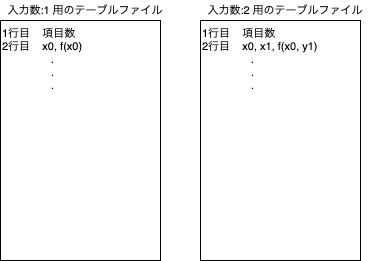
Above: doc/spec-ja/source/images/fhetbl_design-LUT_fileformat.png in iihiro/FHE-Table-Search (draw.io), before the change. Source tidied: cells renumbered, new cells last; positions are measured from the earlier drawing's top-left corner, leaving out a move shared by most shapes. Its diagram source:
```xml
<mxGraphModel>
  <root>
    <mxCell id="0" />
    <mxCell id="1" parent="0" />
    <mxCell id="2" value="1行目&amp;nbsp; &amp;nbsp; 項目数&lt;br style=&quot;font-size: 11px;&quot;&gt;2行目&amp;nbsp; &amp;nbsp; x0, f(x0)&lt;br style=&quot;font-size: 11px;&quot;&gt;&amp;nbsp; &amp;nbsp; &amp;nbsp; &amp;nbsp; &amp;nbsp; &amp;nbsp; &amp;nbsp; &amp;nbsp; .&lt;br style=&quot;font-size: 11px;&quot;&gt;&amp;nbsp; &amp;nbsp; &amp;nbsp; &amp;nbsp; &amp;nbsp; &amp;nbsp; &amp;nbsp; &amp;nbsp; .&lt;br style=&quot;font-size: 11px;&quot;&gt;&amp;nbsp; &amp;nbsp; &amp;nbsp; &amp;nbsp; &amp;nbsp; &amp;nbsp; &amp;nbsp; &amp;nbsp; ." style="rounded=0;whiteSpace=wrap;html=1;align=left;verticalAlign=top;fontSize=11;" parent="1" vertex="1">
      <mxGeometry y="20" width="160" height="240" as="geometry" />
    </mxCell>
    <mxCell id="3" value="1行目&amp;nbsp; &amp;nbsp; 項目数&lt;br style=&quot;font-size: 11px;&quot;&gt;2行目&amp;nbsp; &amp;nbsp; x0, x1, f(x0, y1)&lt;br style=&quot;font-size: 11px;&quot;&gt;&amp;nbsp; &amp;nbsp; &amp;nbsp; &amp;nbsp; &amp;nbsp; &amp;nbsp; &amp;nbsp; &amp;nbsp; .&lt;br style=&quot;font-size: 11px;&quot;&gt;&amp;nbsp; &amp;nbsp; &amp;nbsp; &amp;nbsp; &amp;nbsp; &amp;nbsp; &amp;nbsp; &amp;nbsp; .&lt;br style=&quot;font-size: 11px;&quot;&gt;&amp;nbsp; &amp;nbsp; &amp;nbsp; &amp;nbsp; &amp;nbsp; &amp;nbsp; &amp;nbsp; &amp;nbsp; ." style="rounded=0;whiteSpace=wrap;html=1;align=left;verticalAlign=top;fontSize=11;" parent="1" vertex="1">
      <mxGeometry x="200" y="20" width="160" height="240" as="geometry" />
    </mxCell>
    <mxCell id="4" value="入力数:1 用のテーブルファイル" style="text;html=1;strokeColor=none;fillColor=none;align=center;verticalAlign=middle;whiteSpace=wrap;rounded=0;fontSize=11;" parent="1" vertex="1">
      <mxGeometry width="170" height="20" as="geometry" />
    </mxCell>
    <mxCell id="5" value="入力数:2 用のテーブルファイル" style="text;html=1;strokeColor=none;fillColor=none;align=center;verticalAlign=middle;whiteSpace=wrap;rounded=0;fontSize=11;" parent="1" vertex="1">
      <mxGeometry x="200" width="170" height="20" as="geometry" />
    </mxCell>
  </root>
</mxGraphModel>
```
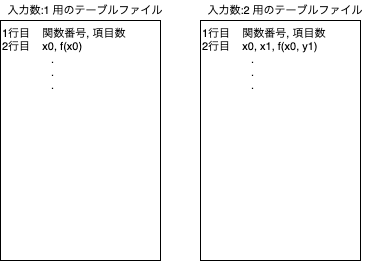
The same diagram one commit later.

Diff of the diagram source:
```diff
@@ -2,10 +2,10 @@
   <root>
     <mxCell id="0" />
     <mxCell id="1" parent="0" />
-    <mxCell id="2" value="1行目&amp;nbsp; &amp;nbsp; 項目数&lt;br style=&quot;font-size: 11px;&quot;&gt;2行目&amp;nbsp; &amp;nbsp; x0, f(x0)&lt;br style=&quot;font-size: 11px;&quot;&gt;&amp;nbsp; &amp;nbsp; &amp;nbsp; &amp;nbsp; &amp;nbsp; &amp;nbsp; &amp;nbsp; &amp;nbsp; .&lt;br style=&quot;font-size: 11px;&quot;&gt;&amp;nbsp; &amp;nbsp; &amp;nbsp; &amp;nbsp; &amp;nbsp; &amp;nbsp; &amp;nbsp; &amp;nbsp; .&lt;br style=&quot;font-size: 11px;&quot;&gt;&amp;nbsp; &amp;nbsp; &amp;nbsp; &amp;nbsp; &amp;nbsp; &amp;nbsp; &amp;nbsp; &amp;nbsp; ." style="rounded=0;whiteSpace=wrap;html=1;align=left;verticalAlign=top;fontSize=11;" parent="1" vertex="1">
+    <mxCell id="2" value="1行目&amp;nbsp; &amp;nbsp; 関数番号, 項目数&lt;br style=&quot;font-size: 11px&quot;&gt;2行目&amp;nbsp; &amp;nbsp; x0, f(x0)&lt;br style=&quot;font-size: 11px&quot;&gt;&amp;nbsp; &amp;nbsp; &amp;nbsp; &amp;nbsp; &amp;nbsp; &amp;nbsp; &amp;nbsp; &amp;nbsp; .&lt;br style=&quot;font-size: 11px&quot;&gt;&amp;nbsp; &amp;nbsp; &amp;nbsp; &amp;nbsp; &amp;nbsp; &amp;nbsp; &amp;nbsp; &amp;nbsp; .&lt;br style=&quot;font-size: 11px&quot;&gt;&amp;nbsp; &amp;nbsp; &amp;nbsp; &amp;nbsp; &amp;nbsp; &amp;nbsp; &amp;nbsp; &amp;nbsp; ." style="rounded=0;whiteSpace=wrap;html=1;align=left;verticalAlign=top;fontSize=11;" parent="1" vertex="1">
       <mxGeometry y="20" width="160" height="240" as="geometry" />
     </mxCell>
-    <mxCell id="3" value="1行目&amp;nbsp; &amp;nbsp; 項目数&lt;br style=&quot;font-size: 11px;&quot;&gt;2行目&amp;nbsp; &amp;nbsp; x0, x1, f(x0, y1)&lt;br style=&quot;font-size: 11px;&quot;&gt;&amp;nbsp; &amp;nbsp; &amp;nbsp; &amp;nbsp; &amp;nbsp; &amp;nbsp; &amp;nbsp; &amp;nbsp; .&lt;br style=&quot;font-size: 11px;&quot;&gt;&amp;nbsp; &amp;nbsp; &amp;nbsp; &amp;nbsp; &amp;nbsp; &amp;nbsp; &amp;nbsp; &amp;nbsp; .&lt;br style=&quot;font-size: 11px;&quot;&gt;&amp;nbsp; &amp;nbsp; &amp;nbsp; &amp;nbsp; &amp;nbsp; &amp;nbsp; &amp;nbsp; &amp;nbsp; ." style="rounded=0;whiteSpace=wrap;html=1;align=left;verticalAlign=top;fontSize=11;" parent="1" vertex="1">
+    <mxCell id="3" value="1行目&amp;nbsp; &amp;nbsp; 関数番号,&amp;nbsp;項目数&lt;br style=&quot;font-size: 11px&quot;&gt;2行目&amp;nbsp; &amp;nbsp; x0, x1, f(x0, y1)&lt;br style=&quot;font-size: 11px&quot;&gt;&amp;nbsp; &amp;nbsp; &amp;nbsp; &amp;nbsp; &amp;nbsp; &amp;nbsp; &amp;nbsp; &amp;nbsp; .&lt;br style=&quot;font-size: 11px&quot;&gt;&amp;nbsp; &amp;nbsp; &amp;nbsp; &amp;nbsp; &amp;nbsp; &amp;nbsp; &amp;nbsp; &amp;nbsp; .&lt;br style=&quot;font-size: 11px&quot;&gt;&amp;nbsp; &amp;nbsp; &amp;nbsp; &amp;nbsp; &amp;nbsp; &amp;nbsp; &amp;nbsp; &amp;nbsp; ." style="rounded=0;whiteSpace=wrap;html=1;align=left;verticalAlign=top;fontSize=11;" parent="1" vertex="1">
       <mxGeometry x="200" y="20" width="160" height="240" as="geometry" />
     </mxCell>
     <mxCell id="4" value="入力数:1 用のテーブルファイル" style="text;html=1;strokeColor=none;fillColor=none;align=center;verticalAlign=middle;whiteSpace=wrap;rounded=0;fontSize=11;" parent="1" vertex="1">
```
